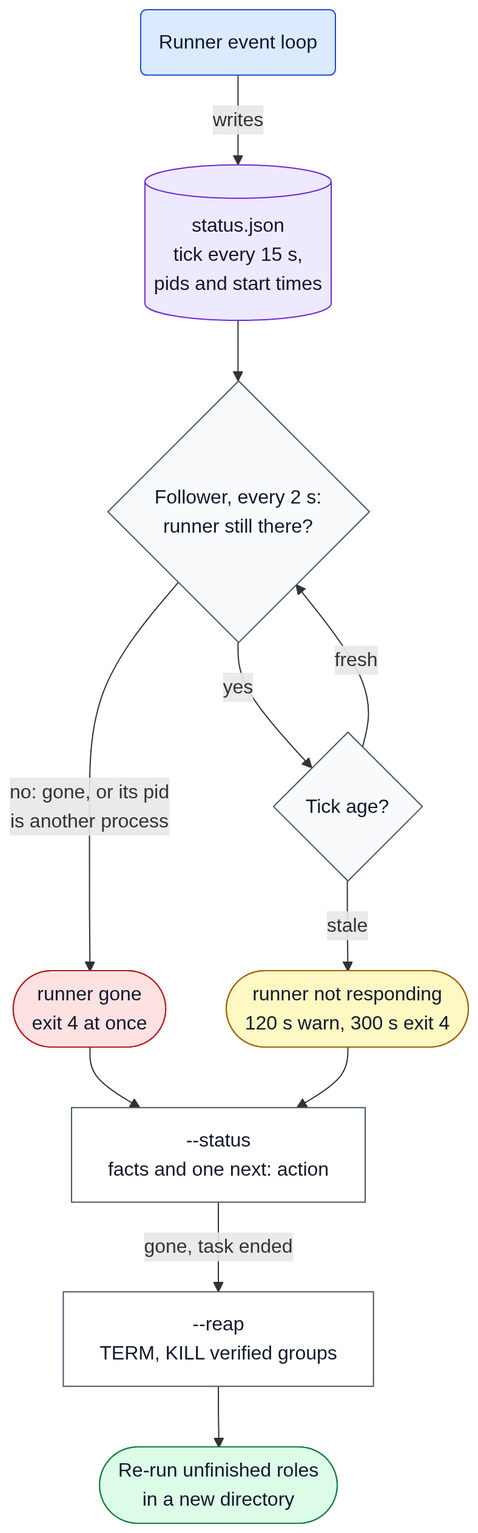
ehzawad/codex-council keeps this Mermaid diagram as docs/diagrams/d30-liveness.png. Above is the earlier version. Its source is kept beside it as docs/diagrams/d30-liveness.mmd.
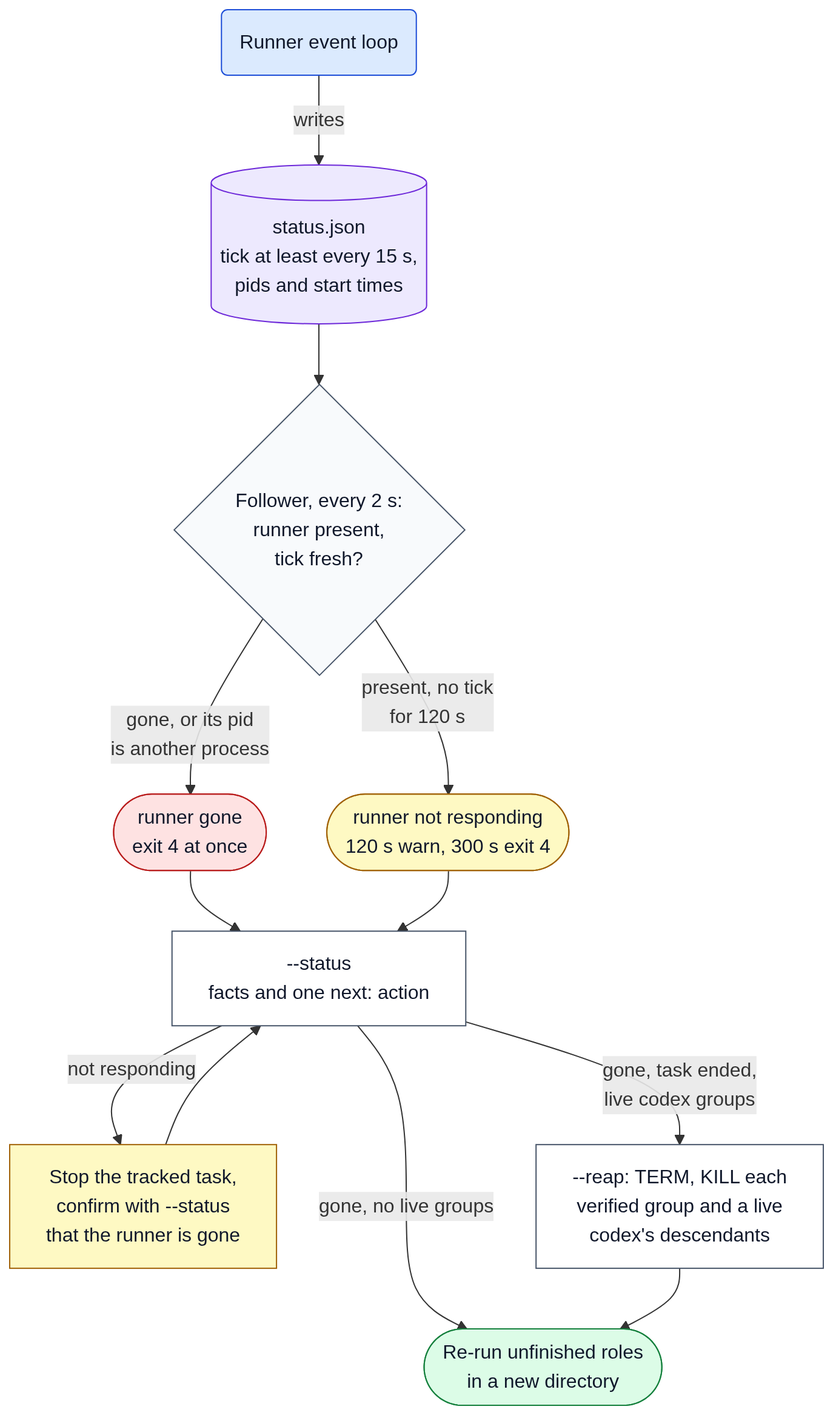
Later version of the same file.

Diff of the diagram source:
```diff
@@ -1,23 +1,24 @@
 flowchart TD
     Runner("Runner event loop")
-    Status[("status.json<br/>tick every 15 s,<br/>pids and start times")]
-    Check{"Follower, every 2 s:<br/>runner still there?"}
-    Tick{"Tick age?"}
+    Status[("status.json<br/>tick at least every 15 s,<br/>pids and start times")]
+    Check{"Follower, every 2 s:<br/>runner present,<br/>tick fresh?"}
+    Gone(["runner gone<br/>exit 4 at once"])
     Stuck(["runner not responding<br/>120 s warn, 300 s exit 4"])
-    Gone(["runner gone<br/>exit 4 at once"])
     StatusCmd["--status<br/>facts and one next: action"]
-    Reap["--reap<br/>TERM, KILL verified groups"]
+    Stop["Stop the tracked task,<br/>confirm with --status<br/>that the runner is gone"]
+    Reap["--reap: TERM, KILL each<br/>verified group and a live<br/>codex's descendants"]
     Rerun(["Re-run unfinished roles<br/>in a new directory"])
 
     Runner -->|"writes"| Status
     Status --> Check
-    Check -->|"no: gone, or its pid<br/>is another process"| Gone
-    Check -->|"yes"| Tick
-    Tick -->|"fresh"| Check
-    Tick -->|"stale"| Stuck
+    Check -->|"gone, or its pid<br/>is another process"| Gone
+    Check -->|"present, no tick<br/>for 120 s"| Stuck
     Gone --> StatusCmd
     Stuck --> StatusCmd
-    StatusCmd -->|"gone, task ended"| Reap
+    StatusCmd -->|"not responding"| Stop
+    Stop --> StatusCmd
+    StatusCmd -->|"gone, task ended,<br/>live codex groups"| Reap
+    StatusCmd -->|"gone, no live groups"| Rerun
     Reap --> Rerun
 
     classDef ours fill:#dbeafe,stroke:#1d4ed8,color:#0f172a
@@ -29,8 +30,8 @@
     classDef ok fill:#dcfce7,stroke:#15803d,color:#0f172a
     class Runner ours
     class Status data
-    class Check,Tick decision
-    class Stuck soft
+    class Check decision
+    class Stuck,Stop soft
     class Gone stop
     class StatusCmd,Reap step
     class Rerun ok
```
